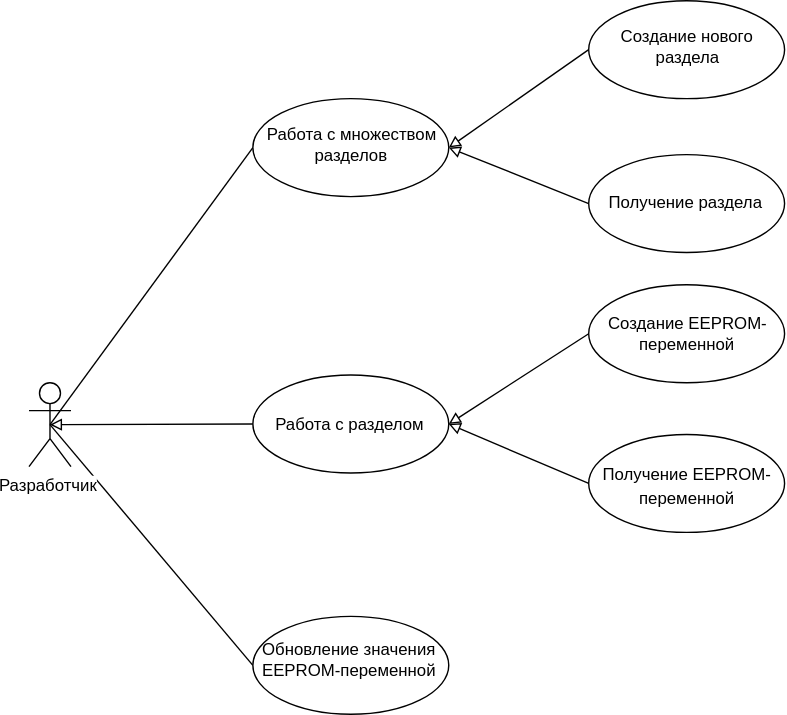
Earlier version of the draw.io export report/resources/images/UCD.svg (almiluk/bachelor_thesis). Source tidied: cells renumbered, new cells last; positions are measured from the earlier drawing's top-left corner, leaving out a move shared by most shapes.
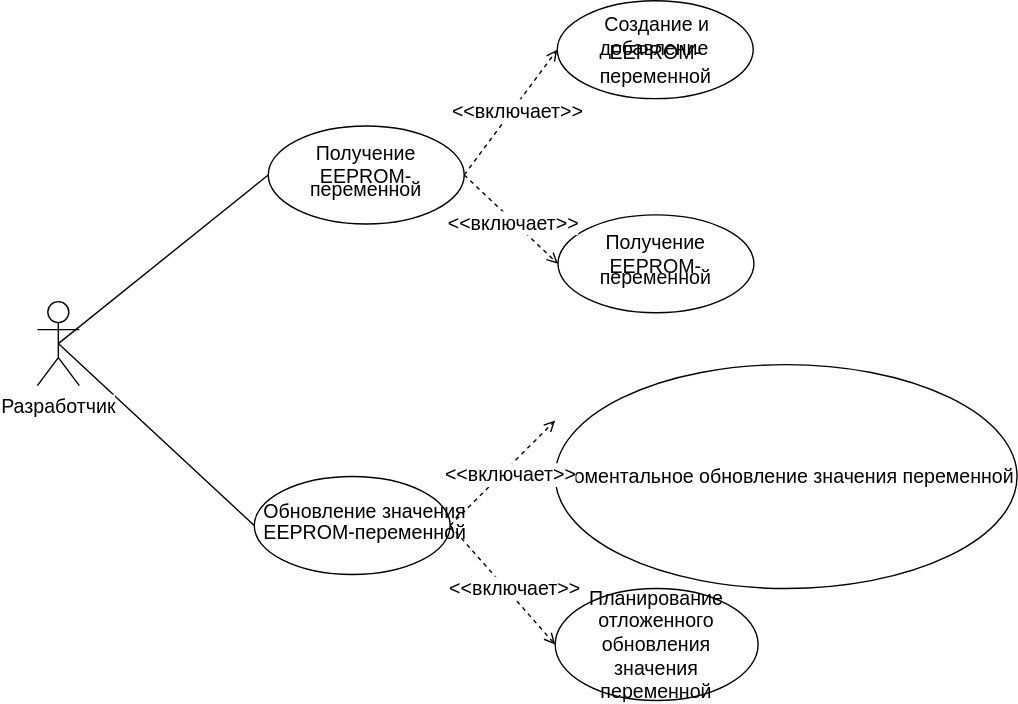
Later version of the same file.

What changed in the source:
```diff
@@ -2,80 +2,91 @@
   <root>
     <mxCell id="0" />
     <mxCell id="1" parent="0" />
-    <mxCell id="2" style="edgeStyle=none;rounded=0;jettySize=auto;html=1;exitX=0.5;exitY=0.5;exitDx=0;exitDy=0;exitPerimeter=0;entryX=0;entryY=0.5;entryDx=0;entryDy=0;endArrow=none;endFill=0;" parent="1" edge="1" source="5" target="8">
+    <mxCell id="2" style="edgeStyle=none;rounded=0;jettySize=auto;exitX=0.5;exitY=0.5;exitDx=0;exitDy=0;exitPerimeter=0;entryX=0;entryY=0.5;entryDx=0;entryDy=0;endArrow=none;endFill=0;fontFamily=Helvetica;html=1;fontSize=14;" parent="1" edge="1" source="4" target="6">
       <mxGeometry relative="1" as="geometry" />
     </mxCell>
-    <mxCell id="3" style="edgeStyle=none;rounded=0;jettySize=auto;html=1;exitX=0.5;exitY=0.5;exitDx=0;exitDy=0;exitPerimeter=0;entryX=0;entryY=0.5;entryDx=0;entryDy=0;endArrow=none;endFill=0;" parent="1" edge="1" source="5" target="11">
+    <mxCell id="3" style="edgeStyle=none;rounded=0;jettySize=auto;exitX=0.5;exitY=0.5;exitDx=0;exitDy=0;exitPerimeter=0;entryX=0;entryY=0.5;entryDx=0;entryDy=0;endArrow=none;endFill=0;fontFamily=Helvetica;html=1;fontSize=14;" parent="1" edge="1" source="4" target="5">
       <mxGeometry relative="1" as="geometry" />
     </mxCell>
-    <mxCell id="4" style="edgeStyle=none;rounded=0;jettySize=auto;html=1;exitX=0.5;exitY=0.5;exitDx=0;exitDy=0;exitPerimeter=0;startArrow=block;startFill=0;endArrow=none;endFill=0;" parent="1" edge="1" source="5" target="16">
-      <mxGeometry relative="1" as="geometry" />
+    <mxCell id="4" value="Разработчик" style="shape=umlActor;verticalLabelPosition=bottom;labelBackgroundColor=#ffffff;verticalAlign=top;fontFamily=Helvetica;html=1;fontSize=14;" parent="1" vertex="1">
+      <mxGeometry x="-130" y="-5" width="30" height="60" as="geometry" />
     </mxCell>
-    <mxCell id="5" value="Разработчик" style="shape=umlActor;verticalLabelPosition=bottom;labelBackgroundColor=#ffffff;verticalAlign=top;html=1;" parent="1" vertex="1">
-      <mxGeometry y="273" width="30" height="60" as="geometry" />
+    <mxCell id="5" style="ellipse;whiteSpace=wrap;fontFamily=Helvetica;html=1;fontSize=14;" parent="1" vertex="1">
+      <mxGeometry x="25" y="120" width="140" height="70" as="geometry" />
     </mxCell>
-    <mxCell id="6" style="edgeStyle=none;rounded=0;jettySize=auto;html=1;exitX=1;exitY=0.5;exitDx=0;exitDy=0;entryX=0;entryY=0.5;entryDx=0;entryDy=0;endArrow=none;endFill=0;startArrow=block;startFill=0;" parent="1" edge="1" source="8" target="12">
-      <mxGeometry relative="1" as="geometry" />
+    <mxCell id="6" style="ellipse;whiteSpace=wrap;fontFamily=Helvetica;html=1;fontSize=14;" parent="1" vertex="1">
+      <mxGeometry x="35" y="-130.5" width="140" height="70" as="geometry" />
     </mxCell>
-    <mxCell id="7" style="edgeStyle=none;rounded=0;jettySize=auto;html=1;exitX=1;exitY=0.5;exitDx=0;exitDy=0;entryX=0;entryY=0.5;entryDx=0;entryDy=0;endArrow=none;endFill=0;startArrow=block;startFill=0;" parent="1" edge="1" source="8" target="13">
-      <mxGeometry relative="1" as="geometry" />
+    <mxCell id="7" value="&lt;span style=&quot;font-size: 14px;&quot;&gt;Получение EEPROM-&lt;/span&gt;" style="text;strokeColor=none;fillColor=none;align=center;verticalAlign=middle;whiteSpace=wrap;rounded=0;fontFamily=Helvetica;html=1;fontSize=14;" parent="1" vertex="1">
+      <mxGeometry x="40" y="-113" width="130" height="20" as="geometry" />
     </mxCell>
-    <mxCell id="8" style="ellipse;whiteSpace=wrap;html=1;" parent="1" vertex="1">
-      <mxGeometry x="160" y="70" width="140" height="70" as="geometry" />
+    <mxCell id="8" value="&lt;span style=&quot;font-size: 14px;&quot;&gt;переменной&lt;/span&gt;" style="text;strokeColor=none;fillColor=none;align=center;verticalAlign=middle;whiteSpace=wrap;rounded=0;fontFamily=Helvetica;html=1;fontSize=14;" parent="1" vertex="1">
+      <mxGeometry x="85" y="-95.5" width="40" height="20" as="geometry" />
     </mxCell>
-    <mxCell id="9" style="edgeStyle=none;rounded=0;jettySize=auto;html=1;exitX=1;exitY=0.5;exitDx=0;exitDy=0;entryX=0;entryY=0.5;entryDx=0;entryDy=0;startArrow=block;startFill=0;endArrow=none;endFill=0;" parent="1" edge="1" source="16" target="14">
-      <mxGeometry relative="1" as="geometry" />
+    <mxCell id="9" value="Обновление значения" style="text;fontFamily=Helvetica;html=1;fontSize=14;" parent="1" vertex="1">
+      <mxGeometry x="30" y="130" width="130" height="30" as="geometry" />
     </mxCell>
-    <mxCell id="10" style="edgeStyle=none;rounded=0;jettySize=auto;html=1;exitX=1;exitY=0.5;exitDx=0;exitDy=0;entryX=0;entryY=0.5;entryDx=0;entryDy=0;startArrow=block;startFill=0;endArrow=none;endFill=0;" parent="1" edge="1" source="16" target="15">
-      <mxGeometry relative="1" as="geometry" />
+    <mxCell id="10" value="EEPROM-переменной" style="text;fontFamily=Helvetica;html=1;fontSize=14;" parent="1" vertex="1">
+      <mxGeometry x="30" y="145" width="130" height="30" as="geometry" />
     </mxCell>
-    <mxCell id="11" style="ellipse;whiteSpace=wrap;html=1;" parent="1" vertex="1">
-      <mxGeometry x="160" y="440" width="140" height="70" as="geometry" />
+    <mxCell id="11" value="Планирование отложенного обновления&lt;br style=&quot;font-size: 14px;&quot;&gt;значения переменной" style="ellipse;whiteSpace=wrap;fontFamily=Helvetica;html=1;fontSize=14;" parent="1" vertex="1">
+      <mxGeometry x="240" y="200" width="145" height="80" as="geometry" />
     </mxCell>
-    <mxCell id="12" style="ellipse;whiteSpace=wrap;html=1;" parent="1" vertex="1">
-      <mxGeometry x="400" width="140" height="70" as="geometry" />
+    <mxCell id="12" value="Моментальное обновление значения переменной" style="ellipse;whiteSpace=wrap;fontFamily=Helvetica;html=1;fontSize=14;" parent="1" vertex="1">
+      <mxGeometry x="240" y="40" width="330" height="160" as="geometry" />
     </mxCell>
-    <mxCell id="13" value="&lt;span style=&quot;font-family: &amp;#34;helvetica&amp;#34; , &amp;#34;vp default&amp;#34;&quot;&gt;Получение раздела&lt;/span&gt;" style="ellipse;whiteSpace=wrap;html=1;" parent="1" vertex="1">
-      <mxGeometry x="400" y="110" width="140" height="70" as="geometry" />
+    <mxCell id="13" style="edgeStyle=none;rounded=0;orthogonalLoop=1;jettySize=auto;entryX=0;entryY=0.5;entryDx=0;entryDy=0;endArrow=open;endFill=0;startArrow=none;startFill=0;dashed=1;fontFamily=Helvetica;html=1;exitX=1;exitY=0.5;exitDx=0;exitDy=0;fontSize=14;" parent="1" edge="1">
+      <mxGeometry relative="1" as="geometry">
+        <mxPoint x="165" y="155" as="sourcePoint" />
+        <mxPoint x="240" y="80" as="targetPoint" />
+      </mxGeometry>
     </mxCell>
-    <mxCell id="14" style="ellipse;whiteSpace=wrap;html=1;" parent="1" vertex="1">
-      <mxGeometry x="400" y="203" width="140" height="70" as="geometry" />
+    <mxCell id="14" value="&amp;lt;&amp;lt;включает&amp;gt;&amp;gt;" style="text;points=[];align=center;verticalAlign=middle;labelBackgroundColor=#ffffff;fontFamily=Helvetica;html=1;fontSize=14;" parent="13" vertex="1">
+      <mxGeometry x="0.33" y="-2" relative="1" as="geometry">
+        <mxPoint x="-8" y="12" as="offset" />
+      </mxGeometry>
     </mxCell>
-    <mxCell id="15" style="ellipse;whiteSpace=wrap;html=1;" parent="1" vertex="1">
-      <mxGeometry x="400" y="310" width="140" height="70" as="geometry" />
+    <mxCell id="15" style="edgeStyle=none;rounded=0;jettySize=auto;entryX=0;entryY=0.5;entryDx=0;entryDy=0;endArrow=open;endFill=0;startArrow=none;startFill=0;dashed=1;fontFamily=Helvetica;html=1;exitX=1;exitY=0.5;exitDx=0;exitDy=0;fontSize=14;" parent="1" edge="1" source="5" target="11">
+      <mxGeometry relative="1" as="geometry" />
     </mxCell>
-    <mxCell id="16" value="Работа с разделом" style="ellipse;whiteSpace=wrap;html=1;" parent="1" vertex="1">
-      <mxGeometry x="160" y="267.5" width="140" height="70" as="geometry" />
+    <mxCell id="16" value="&amp;lt;&amp;lt;включает&amp;gt;&amp;gt;" style="text;points=[];align=center;verticalAlign=middle;labelBackgroundColor=#ffffff;fontFamily=Helvetica;html=1;fontSize=14;" parent="15" vertex="1">
+      <mxGeometry x="0.33" y="-2" relative="1" as="geometry">
+        <mxPoint x="-3" y="-13" as="offset" />
+      </mxGeometry>
     </mxCell>
-    <mxCell id="17" value="&lt;span style=&quot;font-family: &amp;#34;helvetica&amp;#34; , &amp;#34;vp default&amp;#34;&quot;&gt;Работа с множеством&lt;/span&gt;" style="text;html=1;strokeColor=none;fillColor=none;align=center;verticalAlign=middle;whiteSpace=wrap;rounded=0;" parent="1" vertex="1">
-      <mxGeometry x="165" y="85" width="130" height="20" as="geometry" />
+    <mxCell id="17" style="ellipse;whiteSpace=wrap;fontFamily=Helvetica;html=1;fontSize=14;" parent="1" vertex="1">
+      <mxGeometry x="241.5" y="-220" width="140" height="70" as="geometry" />
     </mxCell>
-    <mxCell id="18" value="разделов" style="text;html=1;strokeColor=none;fillColor=none;align=center;verticalAlign=middle;whiteSpace=wrap;rounded=0;" parent="1" vertex="1">
-      <mxGeometry x="210" y="100" width="40" height="20" as="geometry" />
+    <mxCell id="18" style="ellipse;whiteSpace=wrap;fontFamily=Helvetica;html=1;fontSize=14;" parent="1" vertex="1">
+      <mxGeometry x="242" y="-67" width="140" height="70" as="geometry" />
     </mxCell>
-    <mxCell id="19" value="&lt;span style=&quot;font-family: &amp;#34;helvetica&amp;#34; , &amp;#34;vp default&amp;#34;&quot;&gt;Создание нового&lt;/span&gt;" style="text;html=1;strokeColor=none;fillColor=none;align=center;verticalAlign=middle;whiteSpace=wrap;rounded=0;" parent="1" vertex="1">
-      <mxGeometry x="420" y="15" width="100" height="20" as="geometry" />
+    <mxCell id="19" value="&lt;span style=&quot;font-size: 14px;&quot;&gt;Создание и добавление&amp;nbsp;&lt;/span&gt;" style="text;strokeColor=none;fillColor=none;align=center;verticalAlign=middle;whiteSpace=wrap;rounded=0;fontFamily=Helvetica;html=1;fontSize=14;" parent="1" vertex="1">
+      <mxGeometry x="242.5" y="-205" width="140" height="20" as="geometry" />
     </mxCell>
-    <mxCell id="20" value="раздела" style="text;html=1;strokeColor=none;fillColor=none;align=center;verticalAlign=middle;whiteSpace=wrap;rounded=0;" parent="1" vertex="1">
-      <mxGeometry x="450" y="30" width="40" height="20" as="geometry" />
+    <mxCell id="20" value="&lt;span style=&quot;font-size: 14px;&quot;&gt;EEPROM-&lt;/span&gt;переменной" style="text;strokeColor=none;fillColor=none;align=center;verticalAlign=middle;whiteSpace=wrap;rounded=0;fontFamily=Helvetica;html=1;fontSize=14;" parent="1" vertex="1">
+      <mxGeometry x="246.5" y="-185" width="130" height="20" as="geometry" />
     </mxCell>
-    <mxCell id="21" value="&lt;span style=&quot;font-family: &amp;#34;helvetica&amp;#34; , &amp;#34;vp default&amp;#34;&quot;&gt;Создание EEPROM-&lt;/span&gt;" style="text;html=1;strokeColor=none;fillColor=none;align=center;verticalAlign=middle;whiteSpace=wrap;rounded=0;" parent="1" vertex="1">
-      <mxGeometry x="410" y="220" width="120" height="20" as="geometry" />
+    <mxCell id="21" value="&lt;span style=&quot;font-size: 14px;&quot;&gt;Получение EEPROM-&lt;/span&gt;" style="text;strokeColor=none;fillColor=none;align=center;verticalAlign=middle;whiteSpace=wrap;rounded=0;fontFamily=Helvetica;html=1;fontSize=14;" parent="1" vertex="1">
+      <mxGeometry x="247" y="-49.5" width="130" height="20" as="geometry" />
     </mxCell>
-    <mxCell id="22" value="переменной" style="text;html=1;strokeColor=none;fillColor=none;align=center;verticalAlign=middle;whiteSpace=wrap;rounded=0;" parent="1" vertex="1">
-      <mxGeometry x="450" y="235" width="40" height="20" as="geometry" />
+    <mxCell id="22" value="&lt;span style=&quot;font-size: 14px;&quot;&gt;переменной&lt;/span&gt;" style="text;strokeColor=none;fillColor=none;align=center;verticalAlign=middle;whiteSpace=wrap;rounded=0;fontFamily=Helvetica;html=1;fontSize=14;" parent="1" vertex="1">
+      <mxGeometry x="292" y="-32" width="40" height="20" as="geometry" />
     </mxCell>
-    <mxCell id="23" value="&lt;span style=&quot;font-family: &amp;#34;helvetica&amp;#34; , &amp;#34;vp default&amp;#34;&quot;&gt;Получение EEPROM-&lt;/span&gt;" style="text;html=1;strokeColor=none;fillColor=none;align=center;verticalAlign=middle;whiteSpace=wrap;rounded=0;" parent="1" vertex="1">
-      <mxGeometry x="405" y="327.5" width="130" height="20" as="geometry" />
+    <mxCell id="23" style="edgeStyle=none;rounded=0;jettySize=auto;entryX=0;entryY=0.5;entryDx=0;entryDy=0;endArrow=open;endFill=0;startArrow=none;startFill=0;dashed=1;fontFamily=Helvetica;html=1;exitX=1;exitY=0.5;exitDx=0;exitDy=0;fontSize=14;" parent="1" edge="1" source="6" target="17">
+      <mxGeometry relative="1" as="geometry" />
     </mxCell>
-    <mxCell id="24" value="&lt;span style=&quot;font-family: &amp;#34;helvetica&amp;#34; , &amp;#34;vp default&amp;#34;&quot;&gt;переменной&lt;/span&gt;" style="text;html=1;strokeColor=none;fillColor=none;align=center;verticalAlign=middle;whiteSpace=wrap;rounded=0;" parent="1" vertex="1">
-      <mxGeometry x="450" y="345" width="40" height="20" as="geometry" />
+    <mxCell id="24" value="&amp;lt;&amp;lt;включает&amp;gt;&amp;gt;" style="text;align=center;verticalAlign=middle;labelBackgroundColor=#ffffff;fontFamily=Helvetica;html=1;fontSize=14;" parent="23" vertex="1">
+      <mxGeometry x="0.33" y="-2" relative="1" as="geometry">
+        <mxPoint x="-8" y="12" as="offset" />
+      </mxGeometry>
     </mxCell>
-    <mxCell id="25" value="Обновление значения" style="text;html=1;" parent="1" vertex="1">
-      <mxGeometry x="165" y="450" width="150" height="30" as="geometry" />
+    <mxCell id="25" style="edgeStyle=none;rounded=0;jettySize=auto;entryX=0;entryY=0.5;entryDx=0;entryDy=0;endArrow=open;endFill=0;startArrow=none;startFill=0;dashed=1;fontFamily=Helvetica;html=1;exitX=1;exitY=0.5;exitDx=0;exitDy=0;fontSize=14;" parent="1" edge="1" source="6" target="18">
+      <mxGeometry relative="1" as="geometry" />
     </mxCell>
-    <mxCell id="26" value="EEPROM-переменной" style="text;html=1;" parent="1" vertex="1">
-      <mxGeometry x="165" y="465" width="150" height="30" as="geometry" />
+    <mxCell id="26" value="&amp;lt;&amp;lt;включает&amp;gt;&amp;gt;" style="text;align=center;verticalAlign=middle;labelBackgroundColor=#ffffff;fontFamily=Helvetica;html=1;fontSize=14;" parent="25" vertex="1">
+      <mxGeometry x="0.33" y="-2" relative="1" as="geometry">
+        <mxPoint x="-8" y="-9" as="offset" />
+      </mxGeometry>
     </mxCell>
   </root>
 </mxGraphModel>
```
